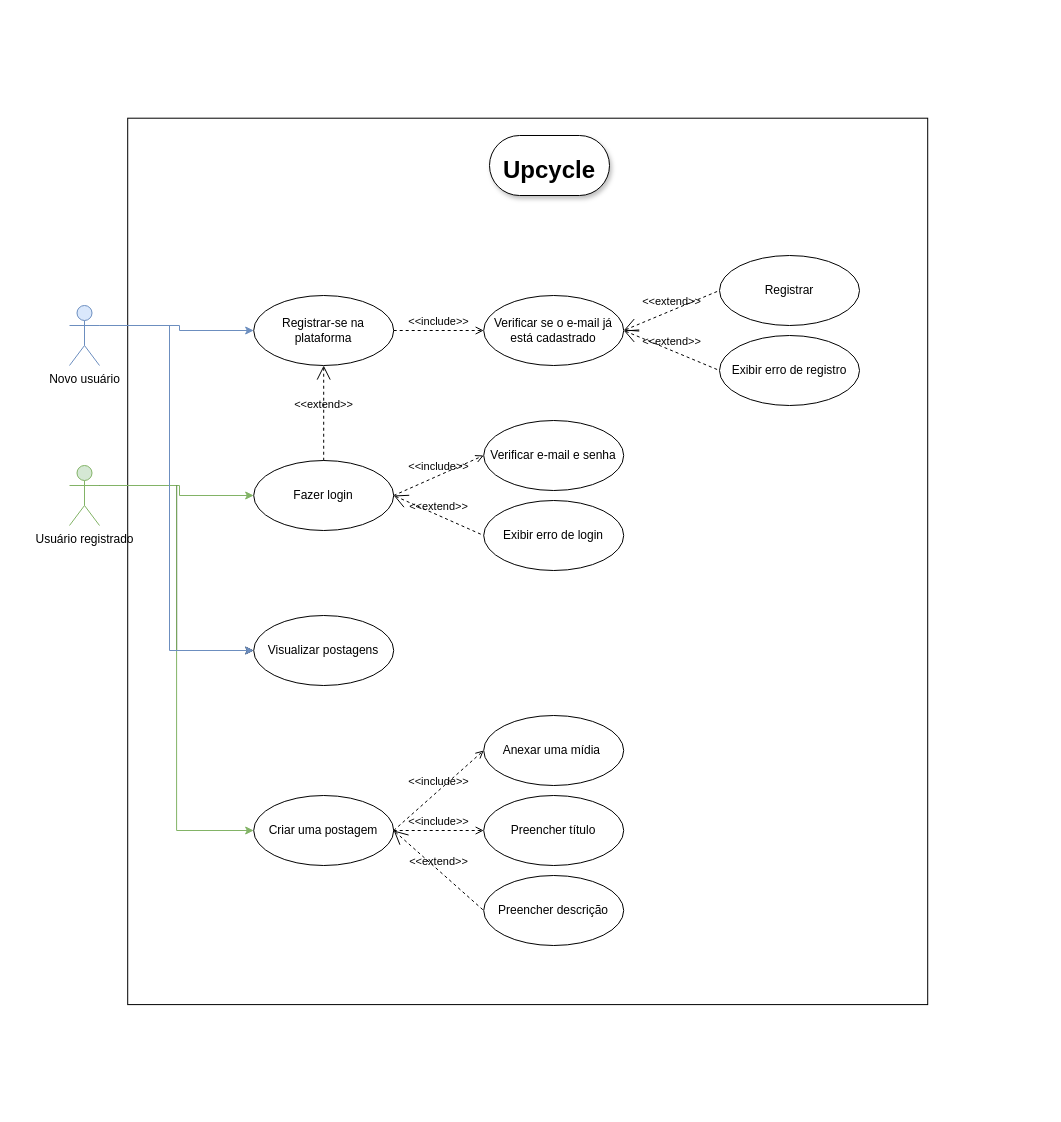
The draw.io diagram CasosDeUso-PI6.drawio in matholv512/PI6-Upcycle-Project, before the edit. Source tidied: cells renumbered, new cells numbered last; positions are measured from the earlier drawing's top-left corner, leaving out a move shared by most shapes. Both pictures are drawn from the tidied source at 100%, with x=0, y=0 at pixel (69, 135).
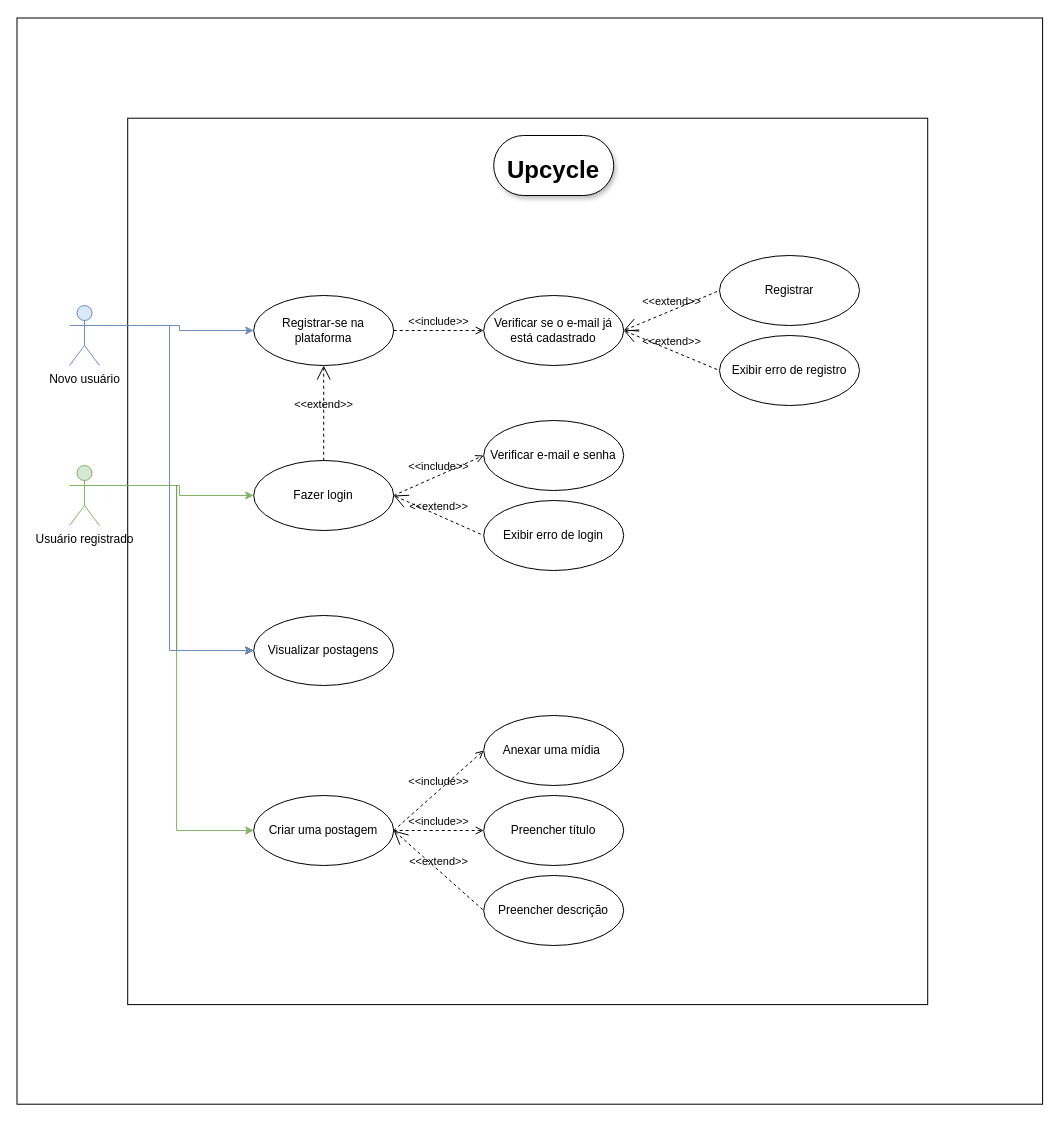
The same page after the edit.

Diff of the diagram source:
```diff
@@
-<mxGraphModel>
+<mxGraphModel background="#FFFFFF">
@@
+    <mxCell id="35" style="rounded=0;whiteSpace=wrap;html=1;rotation=90;" parent="1" vertex="1">
+      <mxGeometry x="-82.8" y="-87.2" width="1086.2" height="1025.6" as="geometry" />
+    </mxCell>
@@
     <mxCell id="32" style="group;fillColor=none;fontColor=none;noLabel=1;" parent="1" vertex="1">
-      <mxGeometry x="420" width="120" height="60" as="geometry" />
+      <mxGeometry x="424.2" width="120" height="60" as="geometry" />
     </mxCell>
```
